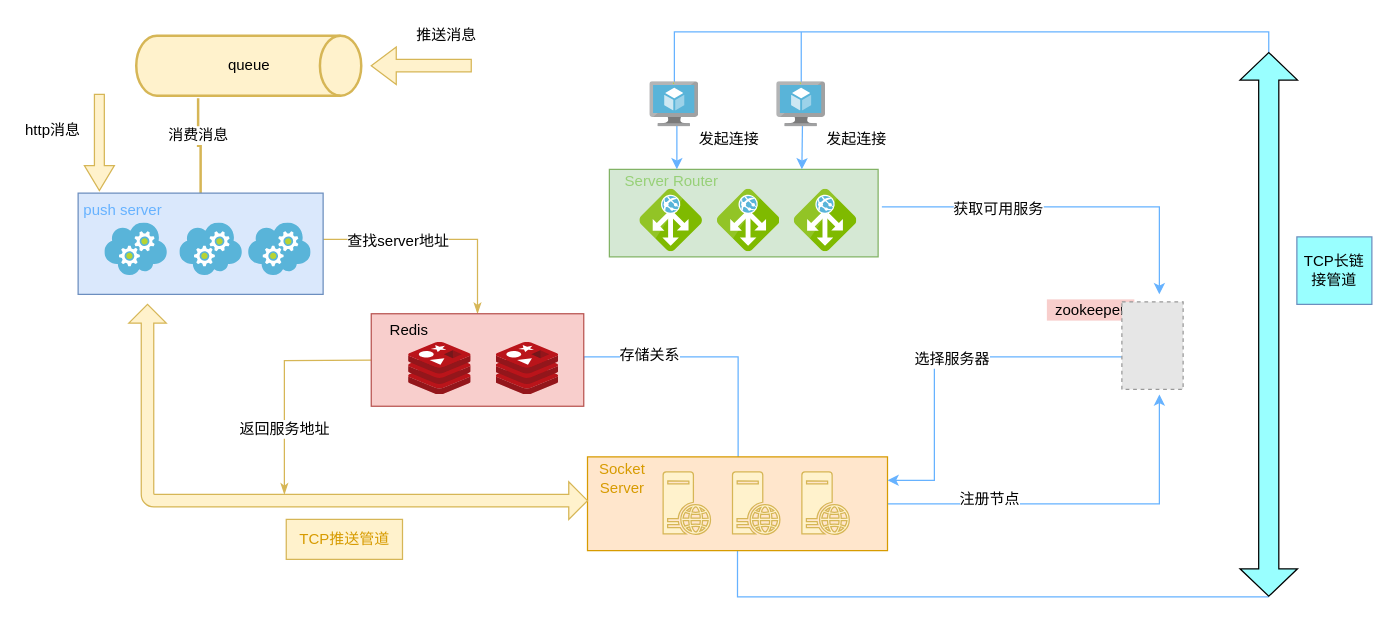
This is 3.drawio from wangxinzhang/learngit, a draw.io file, before an edit. Source tidied: cells renumbered, new cells numbered last; positions are measured from the earlier drawing's top-left corner, leaving out a move shared by most shapes. Both pictures are drawn from the tidied source at 125%, with x=0, y=0 at pixel (21, 15). Pictures stored in the file or linked from it are replaced by grey dashed boxes.
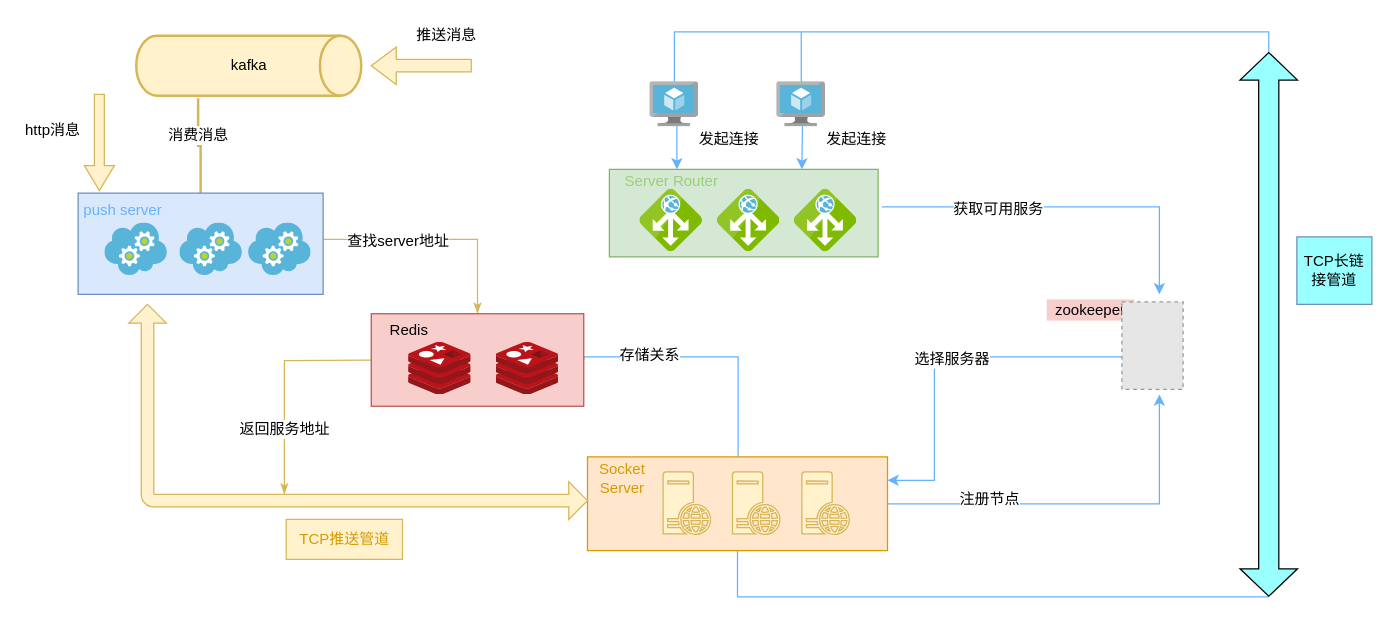
Above is the later version.

Change to the diagram source:
```diff
@@
-    <mxCell id="41" value="queue" style="strokeWidth=2;html=1;shape=mxgraph.flowchart.direct_data;whiteSpace=wrap;fillColor=#fff2cc;strokeColor=#d6b656;" parent="1" vertex="1">
+    <mxCell id="41" value="kafka" style="strokeWidth=2;html=1;shape=mxgraph.flowchart.direct_data;whiteSpace=wrap;fillColor=#fff2cc;strokeColor=#d6b656;" parent="1" vertex="1">
       <mxGeometry x="91.5" y="16" width="180" height="48" as="geometry" />
     </mxCell>
```
